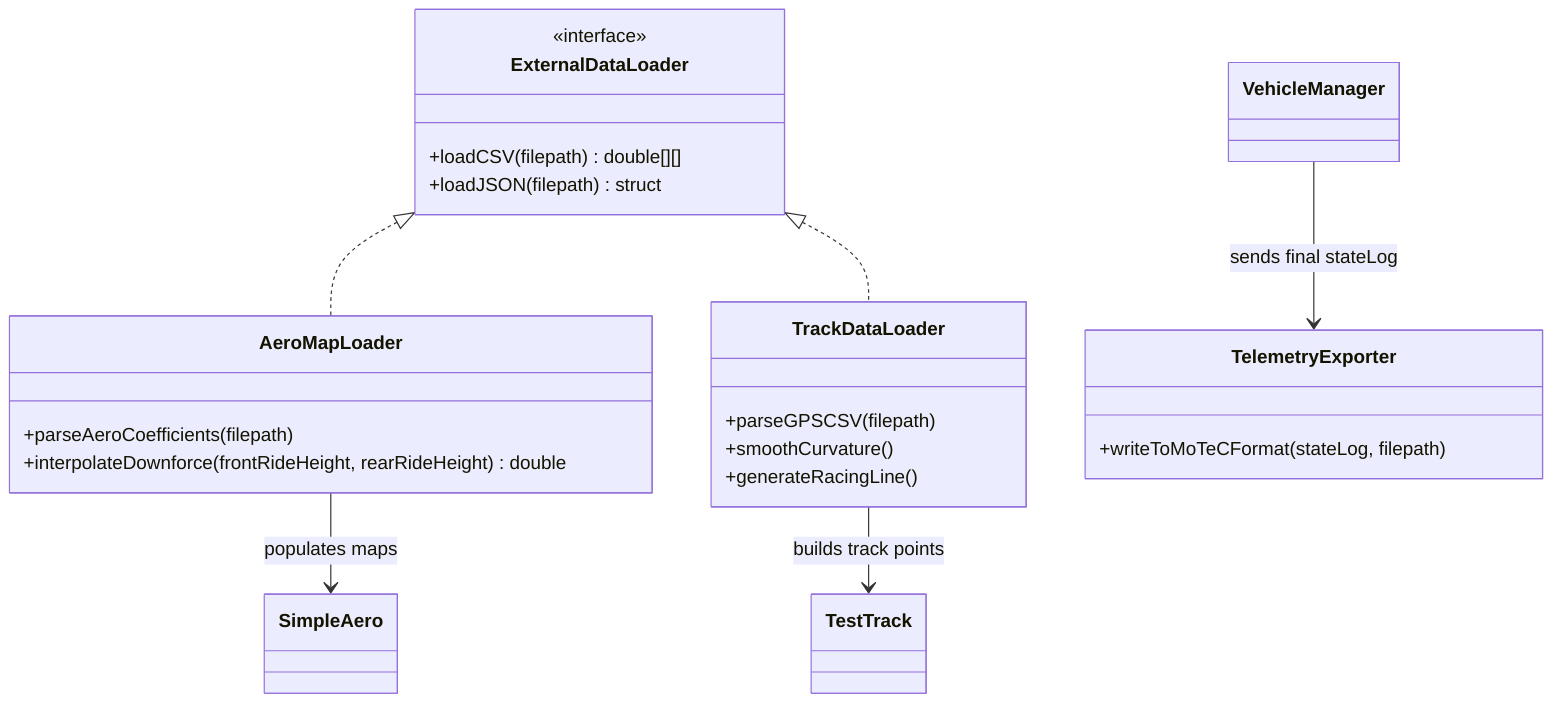
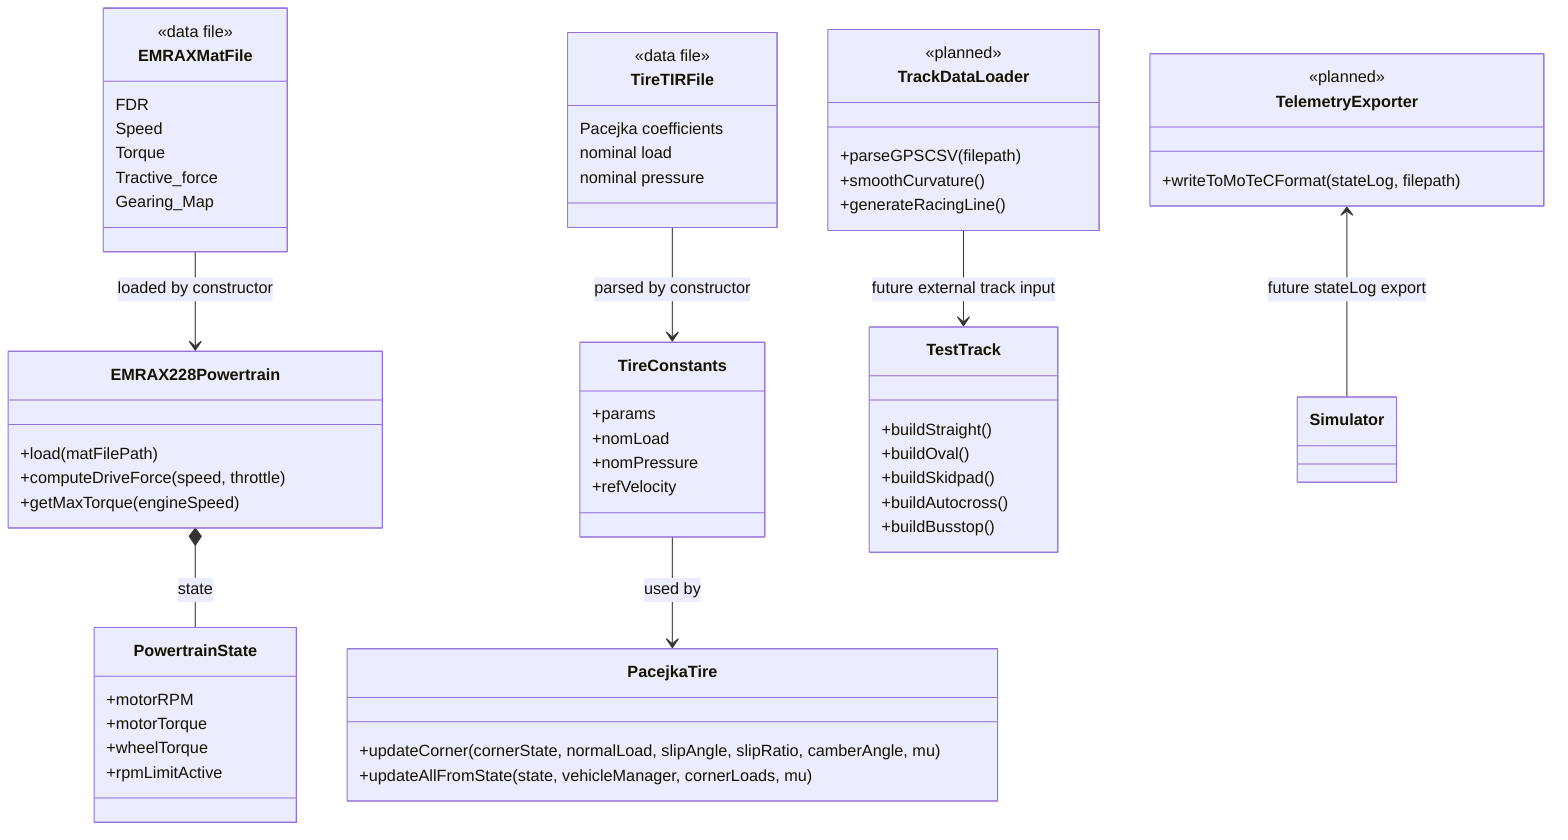
classDiagram
-     class ExternalDataLoader {
-         <<interface>>
-         +loadCSV(filepath) double[][]
-         +loadJSON(filepath) struct
+     class EMRAXMatFile {
+         <<data file>>
+         FDR
+         Speed
+         Torque
+         Tractive_force
+         Gearing_Map
    }

-     class AeroMapLoader {
-         +parseAeroCoefficients(filepath)
-         +interpolateDownforce(frontRideHeight, rearRideHeight) double
+     class TireTIRFile {
+         <<data file>>
+         Pacejka coefficients
+         nominal load
+         nominal pressure
+     }
+ 
+     class EMRAX228Powertrain {
+         +load(matFilePath)
+         +computeDriveForce(speed, throttle)
+         +getMaxTorque(engineSpeed)
+     }
+ 
+     class PowertrainState {
+         +motorRPM
+         +motorTorque
+         +wheelTorque
+         +rpmLimitActive
+     }
+ 
+     class TireConstants {
+         +params
+         +nomLoad
+         +nomPressure
+         +refVelocity
+     }
+ 
+     class PacejkaTire {
+         +updateCorner(cornerState, normalLoad, slipAngle, slipRatio, camberAngle, mu)
+         +updateAllFromState(state, vehicleManager, cornerLoads, mu)
+     }
+ 
+     class TestTrack {
+         +buildStraight()
+         +buildOval()
+         +buildSkidpad()
+         +buildAutocross()
+         +buildBusstop()
    }

    class TrackDataLoader {
+         <<planned>>
        +parseGPSCSV(filepath)
        +smoothCurvature()
        +generateRacingLine()
    }

    class TelemetryExporter {
+         <<planned>>
        +writeToMoTeCFormat(stateLog, filepath)
    }

-     ExternalDataLoader <|.. AeroMapLoader
-     ExternalDataLoader <|.. TrackDataLoader
- 
-     AeroMapLoader --> SimpleAero : populates maps
-     TrackDataLoader --> TestTrack : builds track points
-     VehicleManager --> TelemetryExporter : sends final stateLog+     EMRAXMatFile --> EMRAX228Powertrain : loaded by constructor
+     EMRAX228Powertrain *-- PowertrainState : state
+     TireTIRFile --> TireConstants : parsed by constructor
+     TireConstants --> PacejkaTire : used by
+     TrackDataLoader --> TestTrack : future external track input
+     TelemetryExporter <-- Simulator : future stateLog export
